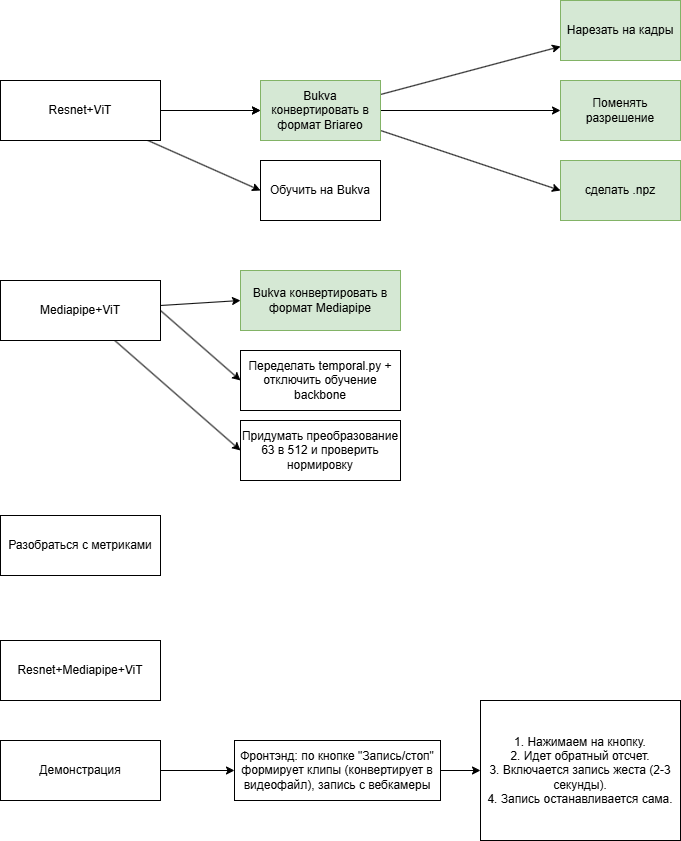
The draw.io diagram scratch/plan.drawio.png in romangorbunov91/TBDLGR, before a commit. Source tidied: cells renumbered, new cells last; positions are measured from the earlier drawing's top-left corner, leaving out a move shared by most shapes.
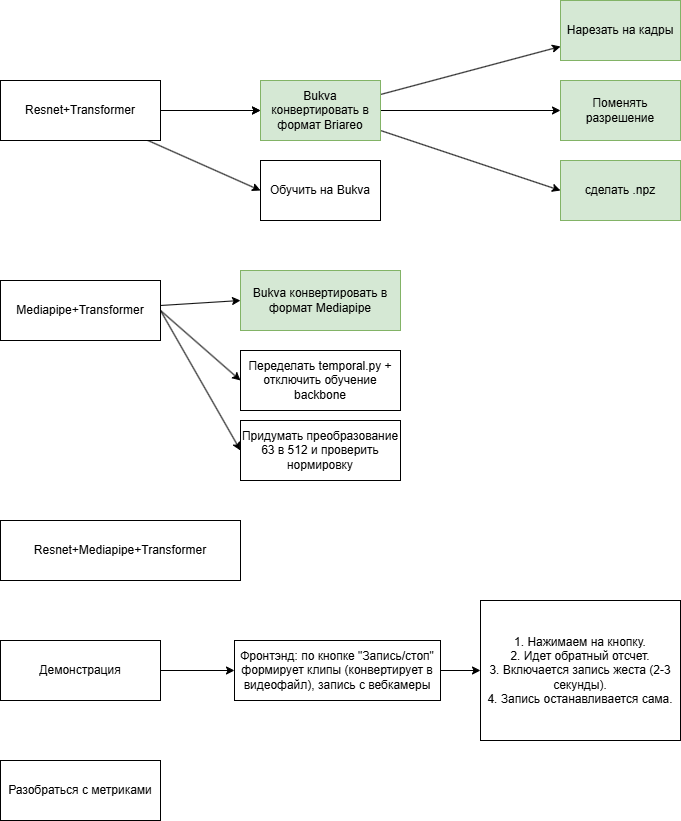
The same diagram one commit later.

Diff of the diagram source:
```diff
@@ -11,10 +11,10 @@
     <mxCell id="4" style="edgeStyle=none;html=1;entryX=0;entryY=0.5;entryDx=0;entryDy=0;" parent="1" edge="1" source="5" target="20">
       <mxGeometry relative="1" as="geometry" />
     </mxCell>
-    <mxCell id="5" value="Resnet+ViT" style="whiteSpace=wrap;html=1;" parent="1" vertex="1">
+    <mxCell id="5" value="Resnet+Transformer" style="whiteSpace=wrap;html=1;" parent="1" vertex="1">
       <mxGeometry y="80" width="160" height="60" as="geometry" />
     </mxCell>
-    <mxCell id="6" style="edgeStyle=none;html=1;entryX=0;entryY=0.5;entryDx=0;entryDy=0;" parent="1" edge="1" source="9" target="27">
+    <mxCell id="6" style="edgeStyle=none;html=1;entryX=0;entryY=0.5;entryDx=0;entryDy=0;exitX=1;exitY=0.5;exitDx=0;exitDy=0;" parent="1" edge="1" source="9" target="27">
       <mxGeometry relative="1" as="geometry" />
     </mxCell>
     <mxCell id="7" style="edgeStyle=none;html=1;exitX=1;exitY=0.5;exitDx=0;exitDy=0;entryX=0;entryY=0.5;entryDx=0;entryDy=0;" parent="1" edge="1" source="9" target="18">
@@ -23,11 +23,11 @@
     <mxCell id="8" style="edgeStyle=none;html=1;entryX=0;entryY=0.5;entryDx=0;entryDy=0;" parent="1" edge="1" source="9" target="19">
       <mxGeometry relative="1" as="geometry" />
     </mxCell>
-    <mxCell id="9" value="Mediapipe+ViT" style="whiteSpace=wrap;html=1;" parent="1" vertex="1">
+    <mxCell id="9" value="Mediapipe+&lt;span style=&quot;color: rgb(0, 0, 0);&quot;&gt;Transformer&lt;/span&gt;" style="whiteSpace=wrap;html=1;" parent="1" vertex="1">
       <mxGeometry y="280" width="160" height="60" as="geometry" />
     </mxCell>
-    <mxCell id="10" value="Resnet+Mediapipe+ViT" style="whiteSpace=wrap;html=1;" parent="1" vertex="1">
-      <mxGeometry y="640" width="160" height="60" as="geometry" />
+    <mxCell id="10" value="Resnet+Mediapipe+&lt;span style=&quot;color: rgb(0, 0, 0);&quot;&gt;Transformer&lt;/span&gt;" style="whiteSpace=wrap;html=1;" parent="1" vertex="1">
+      <mxGeometry y="520" width="240" height="60" as="geometry" />
     </mxCell>
     <mxCell id="11" style="edgeStyle=none;html=1;" parent="1" edge="1" source="14" target="15">
       <mxGeometry relative="1" as="geometry" />
@@ -63,19 +63,19 @@
       <mxGeometry relative="1" as="geometry" />
     </mxCell>
     <mxCell id="22" value="Демонстрация" style="whiteSpace=wrap;html=1;" parent="1" vertex="1">
-      <mxGeometry y="740" width="160" height="60" as="geometry" />
+      <mxGeometry y="640" width="160" height="60" as="geometry" />
     </mxCell>
     <mxCell id="23" style="edgeStyle=none;html=1;" parent="1" edge="1" source="24" target="25">
       <mxGeometry relative="1" as="geometry" />
     </mxCell>
     <mxCell id="24" value="Фронтэнд: по кнопке &quot;Запись/стоп&quot; формирует клипы (конвертирует в видеофайл), запись с вебкамеры" style="whiteSpace=wrap;html=1;" parent="1" vertex="1">
-      <mxGeometry x="234" y="740" width="206" height="60" as="geometry" />
+      <mxGeometry x="234" y="640" width="206" height="60" as="geometry" />
     </mxCell>
     <mxCell id="25" value="1. Нажимаем на кнопку.&lt;br&gt;2. Идет обратный отсчет.&lt;br&gt;3. Включается запись жеста (2-3 секунды).&lt;br&gt;4. Запись останавливается сама." style="whiteSpace=wrap;html=1;" parent="1" vertex="1">
-      <mxGeometry x="480" y="700" width="200" height="140" as="geometry" />
+      <mxGeometry x="480" y="600" width="200" height="140" as="geometry" />
     </mxCell>
     <mxCell id="26" value="Разобраться с метриками" style="whiteSpace=wrap;html=1;" parent="1" vertex="1">
-      <mxGeometry y="515" width="160" height="60" as="geometry" />
+      <mxGeometry y="760" width="160" height="60" as="geometry" />
     </mxCell>
     <mxCell id="27" value="Придумать преобразование 63 в 512 и проверить нормировку" style="whiteSpace=wrap;html=1;" parent="1" vertex="1">
       <mxGeometry x="240" y="420" width="160" height="60" as="geometry" />
```
